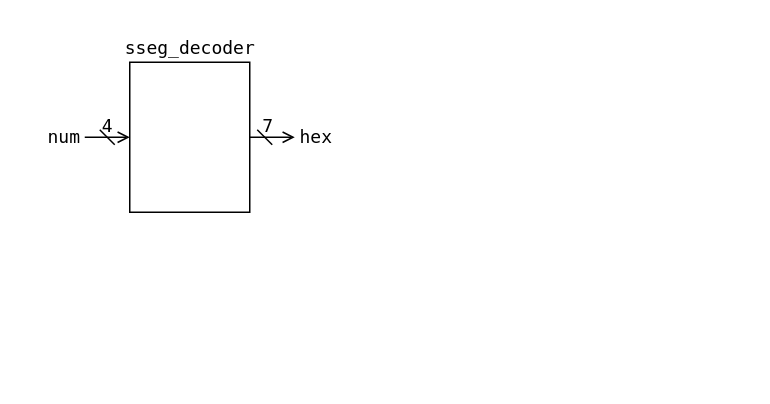
rikitoro/GE4_EmbeddedSystemsIII_2025 keeps this draw.io diagram as src/assets/sseg_decoder.drawio. Above is the earlier version. Source tidied: cells renumbered, new cells numbered last; positions are measured from the earlier drawing's top-left corner, leaving out a move shared by most shapes. Both pictures are drawn from the tidied source at 150%, with x=0, y=0 at pixel (26, 26).
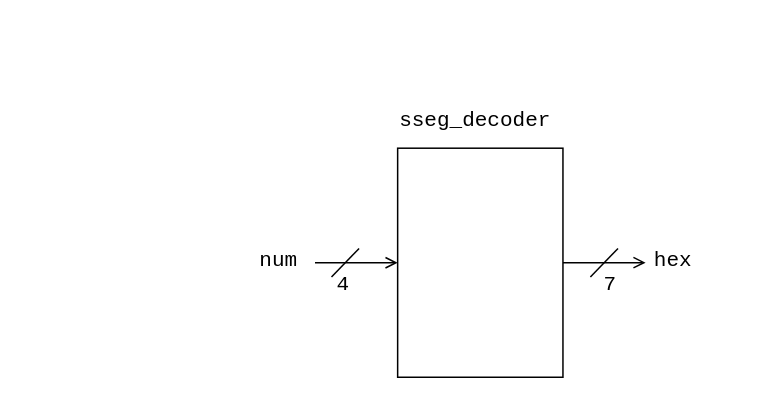
Above is the later version.

Diff of the diagram source:
```diff
@@
 <mxGraphModel>
   <root>
     <mxCell id="0" />
     <mxCell id="1" parent="0" />
-    <mxCell id="2" style="edgeStyle=orthogonalEdgeStyle;rounded=0;jettySize=auto;html=1;exitX=0;exitY=0.5;exitDx=0;exitDy=0;endArrow=none;startFill=0;startArrow=open;" parent="1" edge="1" source="4">
-      <mxGeometry relative="1" as="geometry">
-        <mxPoint x="39" y="74" as="targetPoint" />
-      </mxGeometry>
-    </mxCell>
-    <mxCell id="3" style="edgeStyle=orthogonalEdgeStyle;rounded=0;jettySize=auto;html=1;exitX=1;exitY=0.5;exitDx=0;exitDy=0;endArrow=open;endFill=0;" parent="1" edge="1" source="4">
-      <mxGeometry relative="1" as="geometry">
-        <mxPoint x="179" y="73.9" as="targetPoint" />
-      </mxGeometry>
-    </mxCell>
-    <mxCell id="4" style="rounded=0;whiteSpace=wrap;html=1;" parent="1" vertex="1">
-      <mxGeometry x="69" y="24" width="80" height="100" as="geometry" />
-    </mxCell>
-    <mxCell id="5" value="sseg_decoder" style="text;html=1;align=center;verticalAlign=middle;strokeColor=none;fillColor=none;fontFamily=Lucida Console;" parent="1" vertex="1">
-      <mxGeometry x="54" width="110" height="30" as="geometry" />
-    </mxCell>
-    <mxCell id="6" style="endArrow=none;html=1;rounded=0;" parent="1" edge="1">
-      <mxGeometry relative="1" as="geometry">
-        <mxPoint x="59" y="79" as="sourcePoint" />
-        <mxPoint x="49" y="69" as="targetPoint" />
-      </mxGeometry>
-    </mxCell>
-    <mxCell id="7" style="endArrow=none;html=1;rounded=0;" parent="1" edge="1">
-      <mxGeometry relative="1" as="geometry">
-        <mxPoint x="164" y="79" as="sourcePoint" />
-        <mxPoint x="154" y="69" as="targetPoint" />
-      </mxGeometry>
-    </mxCell>
+    <mxCell id="12" style="group;fontFamily=Lucida Console;fontSize=14;" parent="1" vertex="1">
+      <mxGeometry x="119" y="24" width="360" height="210" as="geometry" />
+    </mxCell>
+    <mxCell id="13" style="edgeStyle=none;html=1;exitX=0;exitY=0.5;exitDx=0;exitDy=0;startArrow=open;startFill=0;endArrow=none;endFill=0;fontSize=14;" parent="12" edge="1" source="15">
+      <mxGeometry relative="1" as="geometry">
+        <mxPoint x="73.5" y="133.6" as="targetPoint" />
+      </mxGeometry>
+    </mxCell>
+    <mxCell id="14" style="edgeStyle=none;html=1;exitX=1;exitY=0.5;exitDx=0;exitDy=0;endArrow=open;endFill=0;fontSize=14;" parent="12" edge="1" source="15">
+      <mxGeometry relative="1" as="geometry">
+        <mxPoint x="293.9" y="133.6" as="targetPoint" />
+      </mxGeometry>
+    </mxCell>
+    <mxCell id="15" style="rounded=0;whiteSpace=wrap;html=1;fontSize=14;" parent="12" vertex="1">
+      <mxGeometry x="128.6" y="57.3" width="110.2" height="152.7" as="geometry" />
+    </mxCell>
+    <mxCell id="16" style="endArrow=none;html=1;fontSize=14;" parent="12" edge="1">
+      <mxGeometry relative="1" as="geometry">
+        <mxPoint x="84.5" y="143.2" as="sourcePoint" />
+        <mxPoint x="102.9" y="124.1" as="targetPoint" />
+      </mxGeometry>
+    </mxCell>
-    <mxCell id="8" value="4" style="text;html=1;align=center;verticalAlign=middle;strokeColor=none;fillColor=none;fontFamily=Lucida Console;" parent="1" vertex="1">
-      <mxGeometry x="39" y="52" width="30" height="30" as="geometry" />
+    <mxCell id="8" value="4" style="text;html=1;align=center;verticalAlign=middle;strokeColor=none;fillColor=none;fontFamily=Courier New;fontSize=14;" parent="12" vertex="1">
+      <mxGeometry x="77.3" y="132.6" width="30" height="30" as="geometry" />
     </mxCell>
+    <mxCell id="11" value="num" style="text;html=1;align=center;verticalAlign=middle;strokeColor=none;fillColor=none;fontFamily=Courier New;fontSize=14;" parent="12" vertex="1">
+      <mxGeometry x="24.2" y="117.1" width="50" height="30" as="geometry" />
+    </mxCell>
+    <mxCell id="17" style="endArrow=none;html=1;fontSize=14;" parent="12" edge="1">
+      <mxGeometry relative="1" as="geometry">
+        <mxPoint x="257.1" y="143.2" as="sourcePoint" />
+        <mxPoint x="275.5" y="124.1" as="targetPoint" />
+      </mxGeometry>
+    </mxCell>
-    <mxCell id="9" value="7" style="text;html=1;align=center;verticalAlign=middle;strokeColor=none;fillColor=none;fontFamily=Lucida Console;" parent="1" vertex="1">
-      <mxGeometry x="146" y="52" width="30" height="30" as="geometry" />
+    <mxCell id="9" value="7" style="text;html=1;align=center;verticalAlign=middle;strokeColor=none;fillColor=none;fontFamily=Courier New;fontSize=14;" parent="12" vertex="1">
+      <mxGeometry x="255.2" y="132.6" width="30" height="30" as="geometry" />
     </mxCell>
-    <mxCell id="10" value="hex" style="text;html=1;align=center;verticalAlign=middle;strokeColor=none;fillColor=none;fontFamily=Lucida Console;" parent="1" vertex="1">
-      <mxGeometry x="168" y="59" width="50" height="30" as="geometry" />
+    <mxCell id="10" value="hex" style="text;html=1;align=center;verticalAlign=middle;strokeColor=none;fillColor=none;fontFamily=Courier New;fontSize=14;" parent="12" vertex="1">
+      <mxGeometry x="287.1" y="117.1" width="50" height="30" as="geometry" />
     </mxCell>
-    <mxCell id="11" value="num" style="text;html=1;align=center;verticalAlign=middle;strokeColor=none;fillColor=none;fontFamily=Lucida Console;" parent="1" vertex="1">
-      <mxGeometry y="59" width="50" height="30" as="geometry" />
-    </mxCell>
+    <mxCell id="5" value="sseg_decoder" style="text;html=1;align=center;verticalAlign=middle;strokeColor=none;fillColor=none;fontFamily=Courier New;fontSize=14;" parent="12" vertex="1">
+      <mxGeometry x="119.9" y="24.1" width="120" height="30" as="geometry" />
+    </mxCell>
   </root>
 </mxGraphModel>
```
